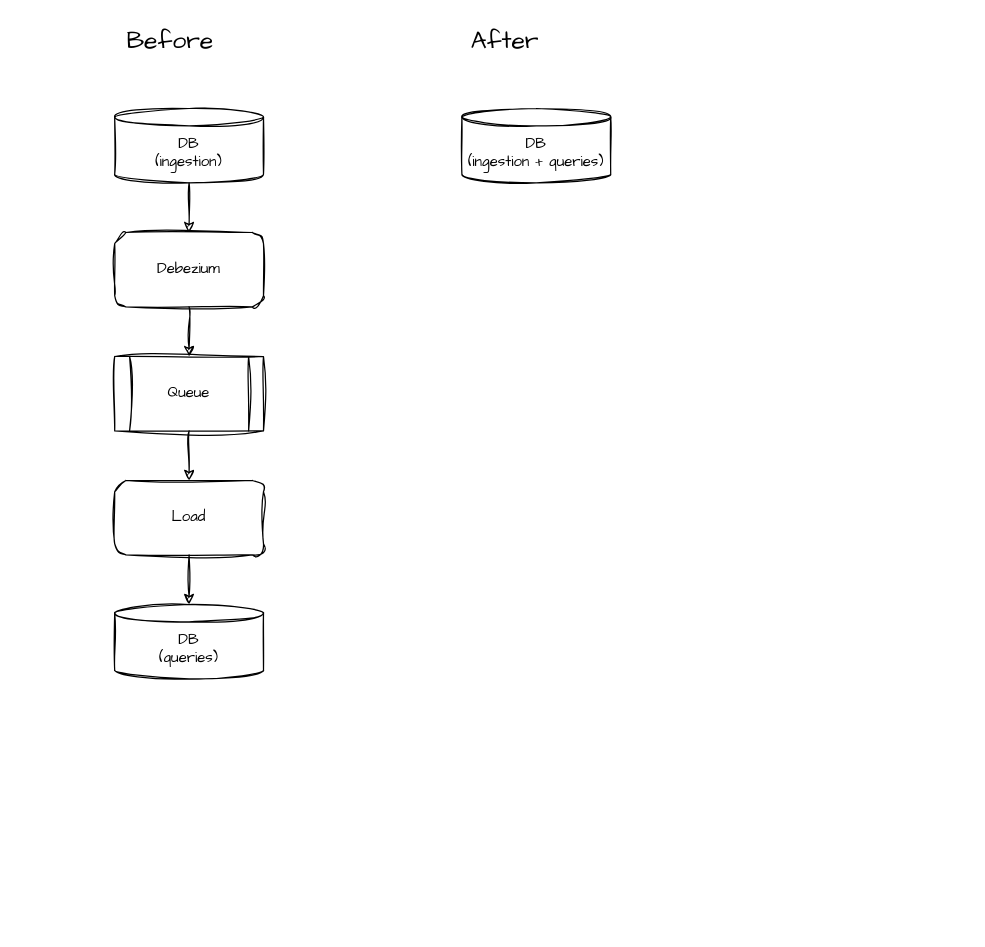
Before: 002_hyper_specialized_dbs/data_fragmentation/diagram.drawio in codingconcepts/architecture-simplification, a draw.io diagram. Source tidied: cells renumbered, new cells numbered last; positions are measured from the earlier drawing's top-left corner, leaving out a move shared by most shapes. Both pictures are drawn from the tidied source at 124%, with x=0, y=0 at pixel (114, 21).
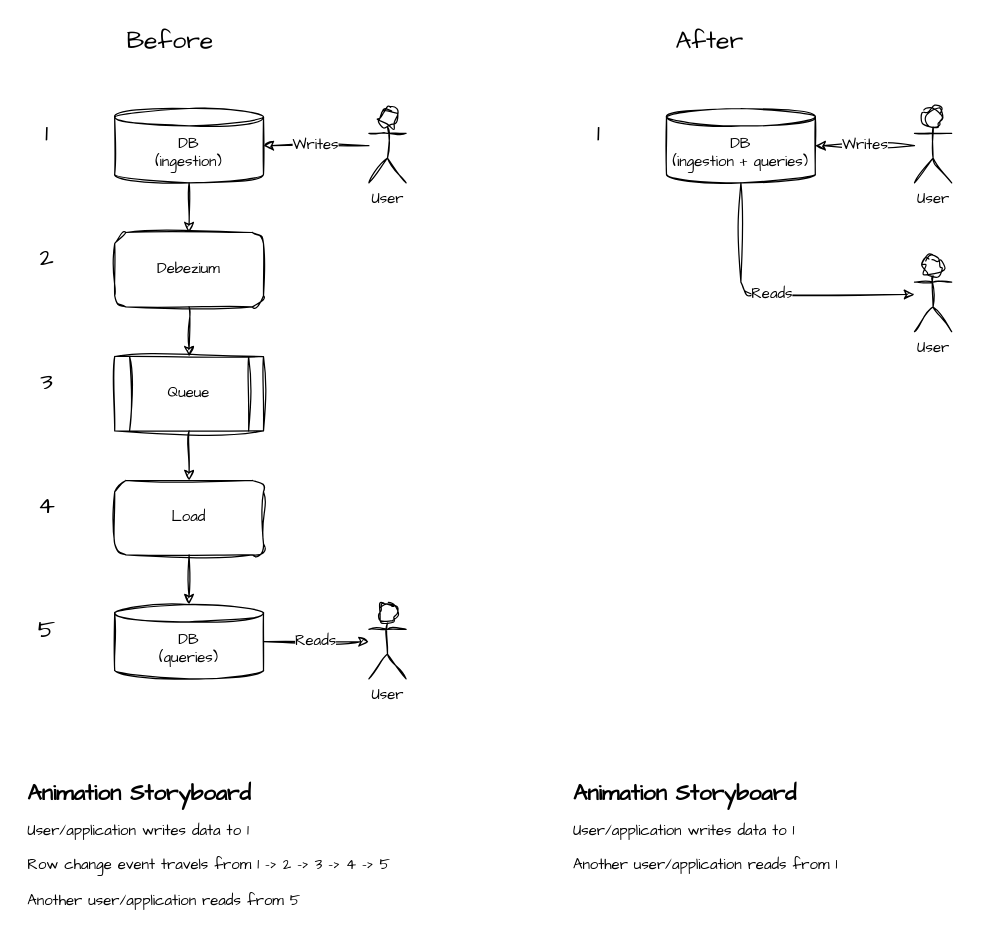
The same page after the edit.

Unchanged cells that the change refers to:
```xml
<mxCell id="4" value="DB&lt;br&gt;(ingestion)" style="shape=cylinder3;whiteSpace=wrap;html=1;boundedLbl=1;backgroundOutline=1;size=7;sketch=1;fontFamily=Architects Daughter;fillColor=none;" parent="1" vertex="1">
  <mxGeometry y="70" width="120" height="60" as="geometry" />
</mxCell>
<mxCell id="10" value="DB&lt;br&gt;(queries)" style="shape=cylinder3;whiteSpace=wrap;html=1;boundedLbl=1;backgroundOutline=1;size=7;sketch=1;fontFamily=Architects Daughter;fillColor=none;" parent="1" vertex="1">
  <mxGeometry y="470" width="120" height="60" as="geometry" />
</mxCell>
```

The edit, as a diff of the source:
```diff
@@
     <mxCell id="5" value="After" style="text;html=1;strokeColor=none;fillColor=none;align=center;verticalAlign=middle;whiteSpace=wrap;rounded=0;sketch=1;fontFamily=Architects Daughter;fontSize=20;" parent="1" vertex="1">
-      <mxGeometry x="280" width="70" height="30" as="geometry" />
+      <mxGeometry x="445" width="70" height="30" as="geometry" />
     </mxCell>
+    <mxCell id="15" value="Reads" style="edgeStyle=orthogonalEdgeStyle;sketch=1;hachureGap=4;jiggle=2;curveFitting=1;html=1;fontFamily=Architects Daughter;fontSize=12;startArrow=none;startFill=0;endArrow=classic;endFill=1;" parent="1" edge="1" source="6" target="30">
+      <mxGeometry relative="1" as="geometry">
+        <Array as="points">
+          <mxPoint x="505" y="220" />
+        </Array>
+      </mxGeometry>
+    </mxCell>
     <mxCell id="6" value="DB&lt;br&gt;(ingestion + queries)" style="shape=cylinder3;whiteSpace=wrap;html=1;boundedLbl=1;backgroundOutline=1;size=7;sketch=1;fontFamily=Architects Daughter;fillColor=none;" parent="1" vertex="1">
-      <mxGeometry x="280" y="70" width="120" height="60" as="geometry" />
+      <mxGeometry x="445" y="70" width="120" height="60" as="geometry" />
     </mxCell>
@@
+    <mxCell id="16" value="1" style="text;html=1;align=center;verticalAlign=middle;strokeColor=none;fillColor=none;fontSize=20;fontFamily=Architects Daughter;sketch=1;hachureGap=4;jiggle=2;curveFitting=1;" parent="1" vertex="1">
+      <mxGeometry x="-70" y="70" width="30" height="40" as="geometry" />
+    </mxCell>
+    <mxCell id="17" value="2" style="text;html=1;align=center;verticalAlign=middle;strokeColor=none;fillColor=none;fontSize=20;fontFamily=Architects Daughter;sketch=1;hachureGap=4;jiggle=2;curveFitting=1;" parent="1" vertex="1">
+      <mxGeometry x="-70" y="170" width="30" height="40" as="geometry" />
+    </mxCell>
+    <mxCell id="18" value="3" style="text;html=1;align=center;verticalAlign=middle;strokeColor=none;fillColor=none;fontSize=20;fontFamily=Architects Daughter;sketch=1;hachureGap=4;jiggle=2;curveFitting=1;" parent="1" vertex="1">
+      <mxGeometry x="-70" y="270" width="30" height="40" as="geometry" />
+    </mxCell>
+    <mxCell id="19" value="4" style="text;html=1;align=center;verticalAlign=middle;strokeColor=none;fillColor=none;fontSize=20;fontFamily=Architects Daughter;sketch=1;hachureGap=4;jiggle=2;curveFitting=1;" parent="1" vertex="1">
+      <mxGeometry x="-75" y="370" width="40" height="40" as="geometry" />
+    </mxCell>
+    <mxCell id="20" value="5" style="text;html=1;align=center;verticalAlign=middle;strokeColor=none;fillColor=none;fontSize=20;fontFamily=Architects Daughter;sketch=1;hachureGap=4;jiggle=2;curveFitting=1;" parent="1" vertex="1">
+      <mxGeometry x="-75" y="470" width="40" height="40" as="geometry" />
+    </mxCell>
+    <mxCell id="21" value="1" style="text;html=1;align=center;verticalAlign=middle;strokeColor=none;fillColor=none;fontSize=20;fontFamily=Architects Daughter;sketch=1;hachureGap=4;jiggle=2;curveFitting=1;" parent="1" vertex="1">
+      <mxGeometry x="375" y="70" width="30" height="40" as="geometry" />
+    </mxCell>
+    <mxCell id="22" value="&lt;h1 style=&quot;font-size: 18px;&quot;&gt;&lt;font style=&quot;font-size: 18px;&quot;&gt;Animation Storyboard&lt;/font&gt;&lt;/h1&gt;&lt;div style=&quot;font-size: 12px;&quot;&gt;User/application writes data to 1&lt;br&gt;&lt;br&gt;Row change event travels from 1 -&amp;gt; 2 -&amp;gt; 3 -&amp;gt; 4 -&amp;gt; 5&lt;br&gt;&lt;br&gt;Another user/application reads from 5&lt;/div&gt;" style="text;html=1;strokeColor=none;fillColor=none;spacing=5;spacingTop=-20;whiteSpace=wrap;overflow=hidden;rounded=0;sketch=1;hachureGap=4;jiggle=2;curveFitting=1;fontFamily=Architects Daughter;fontSize=18;" parent="1" vertex="1">
+      <mxGeometry x="-75" y="610" width="320" height="120" as="geometry" />
+    </mxCell>
+    <mxCell id="23" value="Writes" style="edgeStyle=none;sketch=1;hachureGap=4;jiggle=2;curveFitting=1;html=1;fontFamily=Architects Daughter;fontSize=12;" parent="1" edge="1" source="24" target="4">
+      <mxGeometry x="0.02" relative="1" as="geometry" />
+    </mxCell>
+    <mxCell id="24" value="User" style="shape=umlActor;verticalLabelPosition=bottom;verticalAlign=top;html=1;outlineConnect=0;sketch=1;hachureGap=4;jiggle=2;curveFitting=1;fontFamily=Architects Daughter;fontSize=12;" parent="1" vertex="1">
+      <mxGeometry x="205" y="70" width="30" height="60" as="geometry" />
+    </mxCell>
+    <mxCell id="25" value="Reads" style="edgeStyle=none;sketch=1;hachureGap=4;jiggle=2;curveFitting=1;html=1;fontFamily=Architects Daughter;fontSize=12;startArrow=classic;startFill=1;endArrow=none;endFill=0;" parent="1" edge="1" source="26" target="10">
+      <mxGeometry relative="1" as="geometry" />
+    </mxCell>
+    <mxCell id="26" value="User" style="shape=umlActor;verticalLabelPosition=bottom;verticalAlign=top;html=1;outlineConnect=0;sketch=1;hachureGap=4;jiggle=2;curveFitting=1;fontFamily=Architects Daughter;fontSize=12;" parent="1" vertex="1">
+      <mxGeometry x="205" y="470" width="30" height="60" as="geometry" />
+    </mxCell>
+    <mxCell id="27" value="Writes" style="edgeStyle=none;sketch=1;hachureGap=4;jiggle=2;curveFitting=1;html=1;fontFamily=Architects Daughter;fontSize=12;startArrow=none;startFill=0;endArrow=classic;endFill=1;" parent="1" edge="1" source="28" target="6">
+      <mxGeometry relative="1" as="geometry" />
+    </mxCell>
+    <mxCell id="28" value="User" style="shape=umlActor;verticalLabelPosition=bottom;verticalAlign=top;html=1;outlineConnect=0;sketch=1;hachureGap=4;jiggle=2;curveFitting=1;fontFamily=Architects Daughter;fontSize=12;" parent="1" vertex="1">
+      <mxGeometry x="645" y="70" width="30" height="60" as="geometry" />
+    </mxCell>
+    <mxCell id="29" value="&lt;h1 style=&quot;font-size: 18px;&quot;&gt;&lt;font style=&quot;font-size: 18px;&quot;&gt;Animation Storyboard&lt;/font&gt;&lt;/h1&gt;&lt;div style=&quot;font-size: 12px;&quot;&gt;User/application writes data to 1&lt;br&gt;&lt;br&gt;Another user/application reads from 1&lt;/div&gt;" style="text;html=1;strokeColor=none;fillColor=none;spacing=5;spacingTop=-20;whiteSpace=wrap;overflow=hidden;rounded=0;sketch=1;hachureGap=4;jiggle=2;curveFitting=1;fontFamily=Architects Daughter;fontSize=18;" parent="1" vertex="1">
+      <mxGeometry x="365" y="610" width="320" height="120" as="geometry" />
+    </mxCell>
+    <mxCell id="30" value="User" style="shape=umlActor;verticalLabelPosition=bottom;verticalAlign=top;html=1;outlineConnect=0;sketch=1;hachureGap=4;jiggle=2;curveFitting=1;fontFamily=Architects Daughter;fontSize=12;" parent="1" vertex="1">
+      <mxGeometry x="645" y="190" width="30" height="60" as="geometry" />
+    </mxCell>
```
